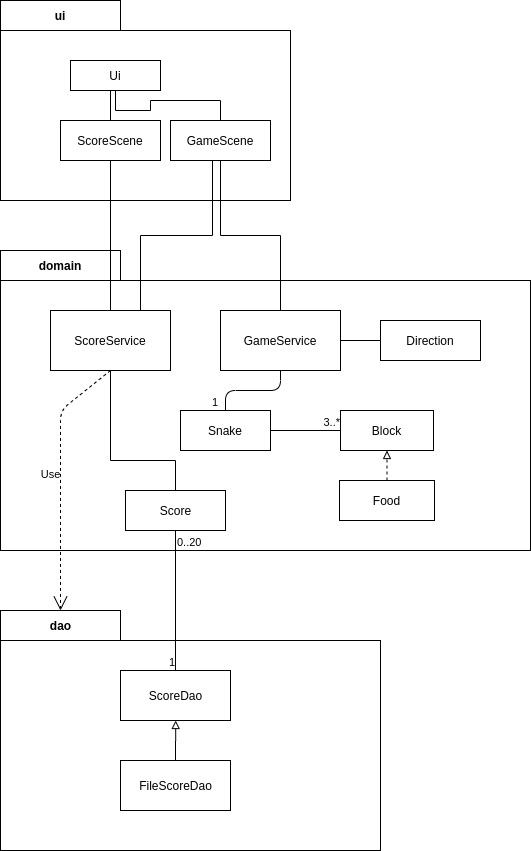
Before: dokumentaatio/kuvat/package.png, a diagram exported from draw.io (anadis504/ot-harjoitustyo). Source tidied: cells renumbered, new cells last; positions are measured from the earlier drawing's top-left corner, leaving out a move shared by most shapes.
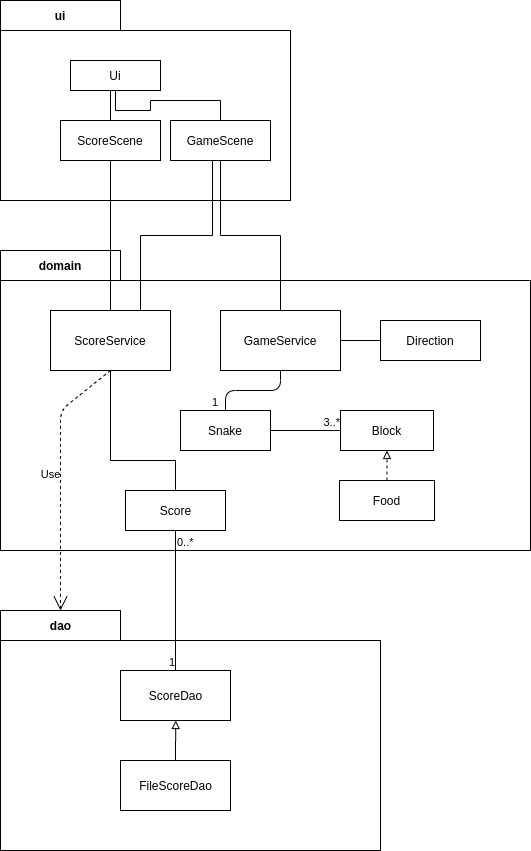
The same file after the commit.

The edit, as a diff of the source:
```diff
@@ -111,7 +111,7 @@
     <mxCell id="32" style="endArrow=none;html=1;edgeStyle=orthogonalEdgeStyle;exitX=0.5;exitY=1;exitDx=0;exitDy=0;" parent="1" edge="1" source="26" target="29">
       <mxGeometry relative="1" as="geometry" />
     </mxCell>
-    <mxCell id="33" value="0..20" style="edgeLabel;html=1;align=left;verticalAlign=bottom;" parent="32" vertex="1">
+    <mxCell id="33" value="0..*" style="edgeLabel;html=1;align=left;verticalAlign=bottom;" parent="32" vertex="1">
       <mxGeometry x="-1" relative="1" as="geometry">
         <mxPoint y="20" as="offset" />
       </mxGeometry>
```
